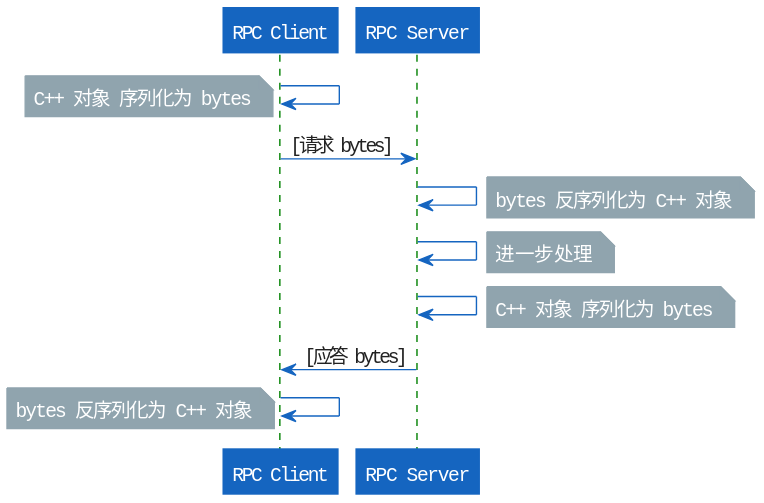
duruyao/proto-grpc-demo keeps this PlantUML diagram as img/proto-grpc-req-rep.svg. Above is the earlier version. Its diagram source:
```plantuml
@startuml proto-grpc-req-rep

!include plantuml-style-c4/core.puml

"RPC Client" -> "RPC Client":
note left: C++ 对象 序列化为 bytes

"RPC Client" -> "RPC Server": [请求 bytes]

"RPC Server" -> "RPC Server":
note right: bytes 反序列化为 C++ 对象

"RPC Server" -> "RPC Server":
note right: 进一步处理

"RPC Server" -> "RPC Server":
note right: C++ 对象 序列化为 bytes

"RPC Client" <- "RPC Server": [应答 bytes]

"RPC Client" -> "RPC Client":
note left: bytes 反序列化为 C++ 对象

@enduml
```
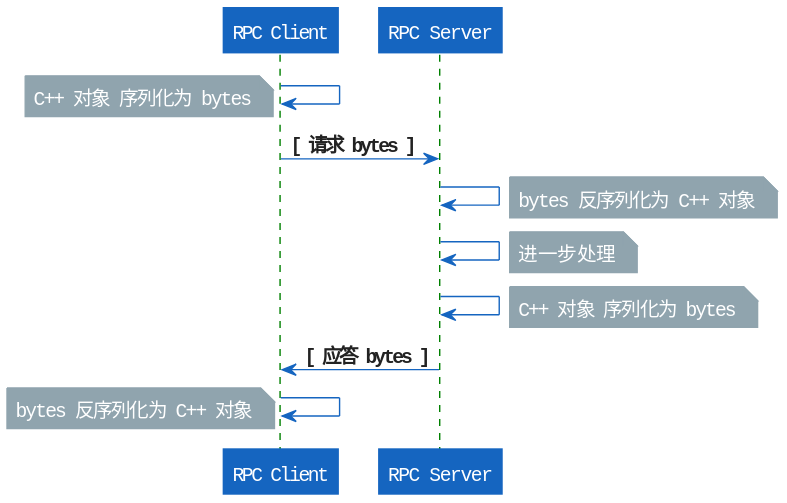
Later version of the same file.

Diff of the diagram source:
```diff
@@ -5,7 +5,7 @@
 "RPC Client" -> "RPC Client":
 note left: C++ 对象 序列化为 bytes
 
-"RPC Client" -> "RPC Server": [请求 bytes]
+"RPC Client" -> "RPC Server": **[ 请求 bytes ]**
 
 "RPC Server" -> "RPC Server":
 note right: bytes 反序列化为 C++ 对象
@@ -16,7 +16,7 @@
 "RPC Server" -> "RPC Server":
 note right: C++ 对象 序列化为 bytes
 
-"RPC Client" <- "RPC Server": [应答 bytes]
+"RPC Client" <- "RPC Server": **[ 应答 bytes ]**
 
 "RPC Client" -> "RPC Client":
 note left: bytes 反序列化为 C++ 对象
```
